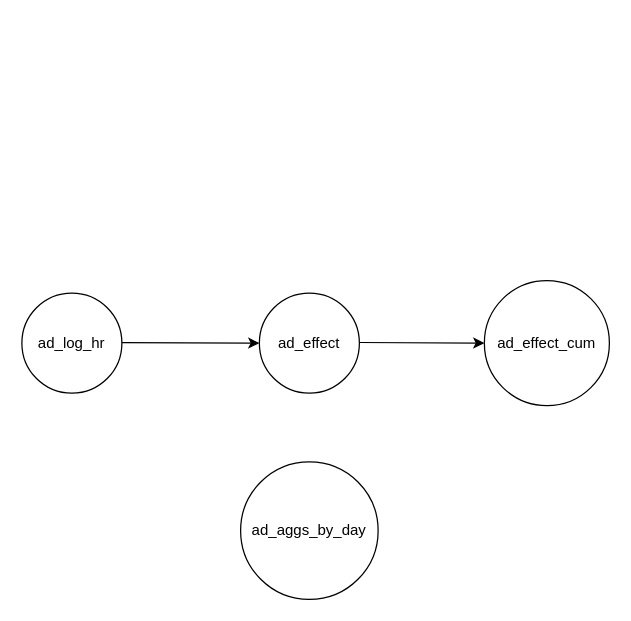
Before: heat.drawio in zhouyucheng/blog_image, a draw.io diagram. Source tidied: cells renumbered, new cells numbered last; positions are measured from the earlier drawing's top-left corner, leaving out a move shared by most shapes. Both pictures are drawn from the tidied source at 125%, with x=0, y=0 at pixel (21, 280).
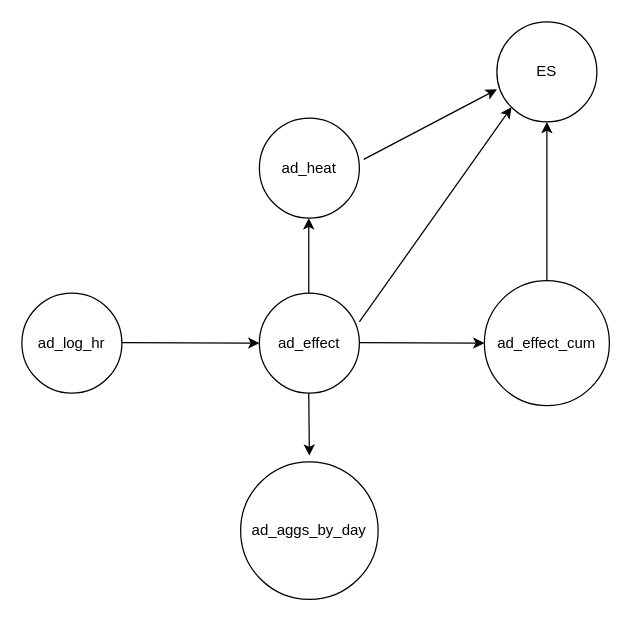
Above is the later version.

Change to the diagram source:
```diff
@@
+    <mxCell id="8" style="endArrow=classic;html=1;rounded=0;" parent="1" edge="1">
+      <mxGeometry relative="1" as="geometry">
+        <mxPoint x="229.5" y="90" as="sourcePoint" />
+        <mxPoint x="230" y="140" as="targetPoint" />
+      </mxGeometry>
+    </mxCell>
+    <mxCell id="9" value="ad_heat" style="ellipse;whiteSpace=wrap;html=1;" parent="1" vertex="1">
+      <mxGeometry x="190" y="-130" width="80" height="80" as="geometry" />
+    </mxCell>
+    <mxCell id="10" style="endArrow=classic;html=1;rounded=0;" parent="1" edge="1">
+      <mxGeometry relative="1" as="geometry">
+        <mxPoint x="229.5" y="10" as="sourcePoint" />
+        <mxPoint x="229.5" y="-50" as="targetPoint" />
+      </mxGeometry>
+    </mxCell>
+    <mxCell id="11" value="ES" style="ellipse;whiteSpace=wrap;html=1;" parent="1" vertex="1">
+      <mxGeometry x="380" y="-207" width="80" height="80" as="geometry" />
+    </mxCell>
+    <mxCell id="12" style="endArrow=classic;html=1;rounded=0;entryX=0;entryY=1;entryDx=0;entryDy=0;" parent="1" edge="1" target="11">
+      <mxGeometry relative="1" as="geometry">
+        <mxPoint x="270" y="33" as="sourcePoint" />
+      </mxGeometry>
+    </mxCell>
+    <mxCell id="13" style="endArrow=classic;html=1;rounded=0;entryX=0.5;entryY=1;entryDx=0;entryDy=0;" parent="1" edge="1" target="11">
+      <mxGeometry relative="1" as="geometry">
+        <mxPoint x="420" as="sourcePoint" />
+      </mxGeometry>
+    </mxCell>
+    <mxCell id="14" style="endArrow=classic;html=1;rounded=0;entryX=-0.044;entryY=0.675;entryDx=0;entryDy=0;entryPerimeter=0;" parent="1" edge="1">
+      <mxGeometry relative="1" as="geometry">
+        <mxPoint x="273.5" y="-97" as="sourcePoint" />
+        <mxPoint x="380" y="-153" as="targetPoint" />
+      </mxGeometry>
+    </mxCell>
```
